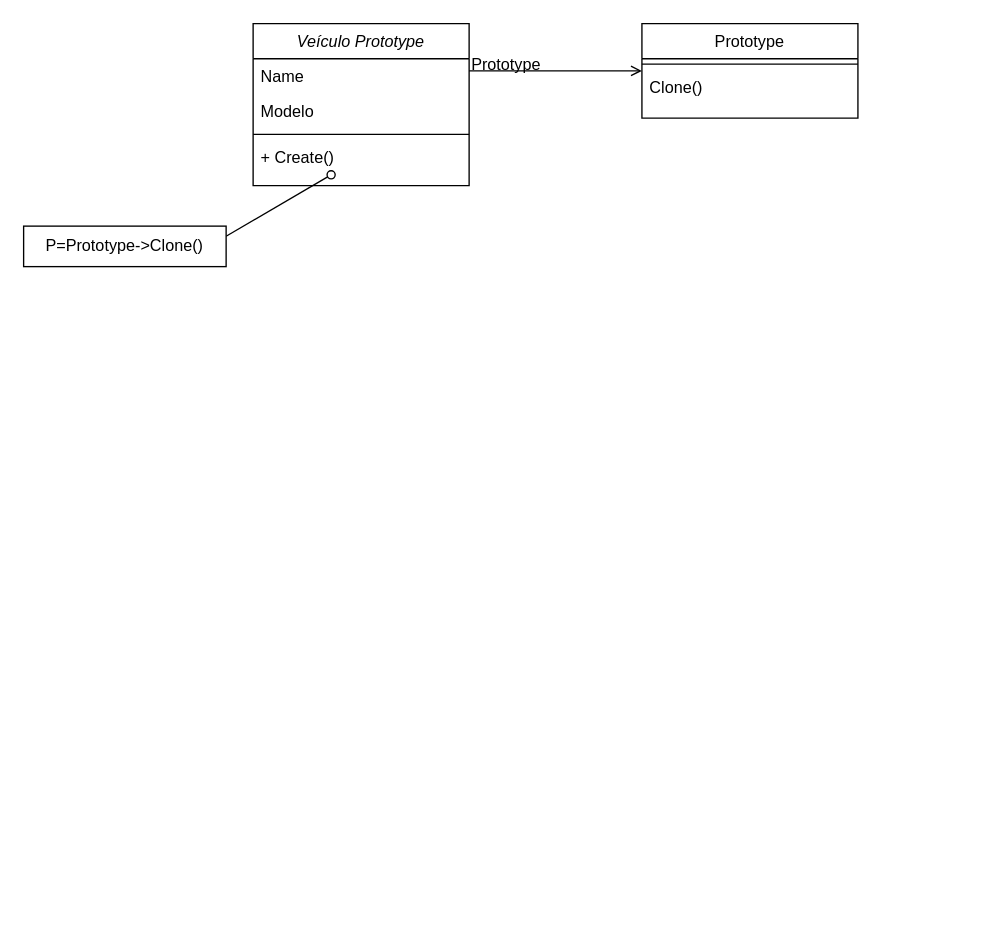
MatheusSantosDev/diagramas-UML keeps this draw.io diagram as Untitled Diagram.drawio. Above is the earlier version. Source tidied: cells renumbered, new cells numbered last; positions are measured from the earlier drawing's top-left corner, leaving out a move shared by most shapes. Both pictures are drawn from the tidied source at 135%, with x=0, y=0 at pixel (23, 23).
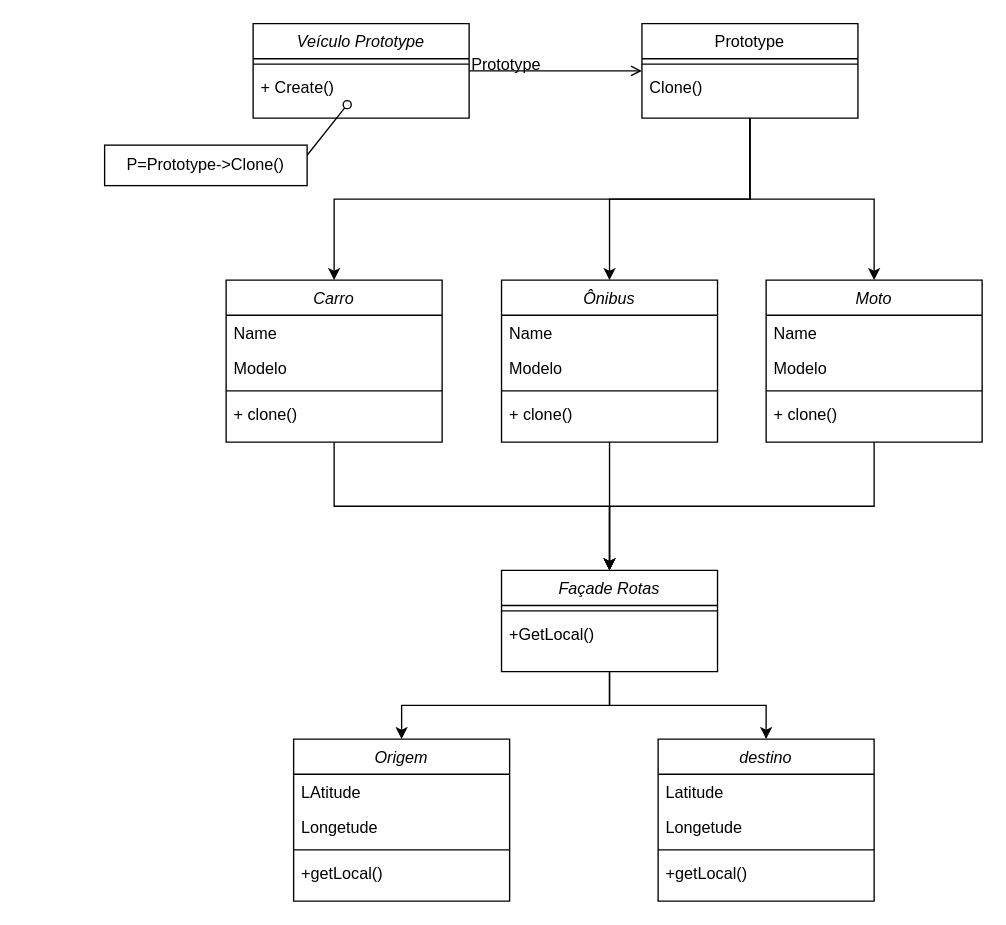
The same diagram, later.

Unchanged cells that the change refers to:
```xml
<mxCell id="8" value="Prototype" style="swimlane;fontStyle=0;align=center;verticalAlign=top;horizontal=1;startSize=26;rounded=0;shadow=0;strokeWidth=1;" parent="1" vertex="1">
  <mxGeometry x="458" width="160" height="70" as="geometry" />
</mxCell>
```

Diff of the diagram source:
```diff
@@
     <mxCell id="2" value="Veículo Prototype" style="swimlane;fontStyle=2;align=center;verticalAlign=top;horizontal=1;startSize=26;rounded=0;shadow=0;strokeWidth=1;" parent="1" vertex="1">
-      <mxGeometry x="170" width="160" height="120" as="geometry" />
+      <mxGeometry x="170" width="160" height="70" as="geometry" />
     </mxCell>
-    <mxCell id="3" value="Name" style="text;align=left;verticalAlign=top;spacingLeft=4;spacingRight=4;overflow=hidden;" parent="2" vertex="1">
-      <mxGeometry y="26" width="160" height="26" as="geometry" />
-    </mxCell>
-    <mxCell id="4" value="Modelo" style="text;align=left;verticalAlign=top;spacingLeft=4;spacingRight=4;overflow=hidden;rounded=0;shadow=0;html=0;" parent="2" vertex="1">
-      <mxGeometry y="52" width="160" height="26" as="geometry" />
-    </mxCell>
     <mxCell id="5" style="line;html=1;strokeWidth=1;align=left;verticalAlign=middle;spacingTop=-1;spacingLeft=3;spacingRight=3;labelPosition=right;" parent="2" vertex="1">
-      <mxGeometry y="78" width="160" height="8" as="geometry" />
+      <mxGeometry y="26" width="160" height="8" as="geometry" />
     </mxCell>
     <mxCell id="6" value="+ Create()" style="text;align=left;verticalAlign=top;spacingLeft=4;spacingRight=4;overflow=hidden;points=[[0,0.5],[1,0.5]];portConstraint=eastwest;" parent="2" vertex="1">
-      <mxGeometry y="86" width="160" height="26" as="geometry" />
+      <mxGeometry y="34" width="160" height="26" as="geometry" />
     </mxCell>
@@
+    <mxCell id="14" style="edgeStyle=orthogonalEdgeStyle;rounded=0;jettySize=auto;html=1;exitX=0.5;exitY=1;exitDx=0;exitDy=0;entryX=0.5;entryY=0;entryDx=0;entryDy=0;startArrow=none;startFill=0;endArrow=classic;endFill=1;" parent="1" edge="1" source="8" target="18">
+      <mxGeometry relative="1" as="geometry" />
+    </mxCell>
+    <mxCell id="15" style="edgeStyle=orthogonalEdgeStyle;rounded=0;jettySize=auto;html=1;exitX=0.5;exitY=1;exitDx=0;exitDy=0;startArrow=none;startFill=0;endArrow=classic;endFill=1;" parent="1" edge="1" source="8" target="24">
+      <mxGeometry relative="1" as="geometry" />
+    </mxCell>
+    <mxCell id="16" style="edgeStyle=orthogonalEdgeStyle;rounded=0;jettySize=auto;html=1;exitX=0.5;exitY=1;exitDx=0;exitDy=0;entryX=0.5;entryY=0;entryDx=0;entryDy=0;startArrow=none;startFill=0;endArrow=classic;endFill=1;" parent="1" edge="1" source="8" target="30">
+      <mxGeometry relative="1" as="geometry" />
+    </mxCell>
@@
     <mxCell id="13" value="P=Prototype-&amp;gt;Clone()" style="rounded=0;whiteSpace=wrap;html=1;" parent="1" vertex="1">
-      <mxGeometry y="150" width="150" height="30" as="geometry" />
+      <mxGeometry x="60" y="90" width="150" height="30" as="geometry" />
     </mxCell>
+    <mxCell id="17" style="edgeStyle=orthogonalEdgeStyle;rounded=0;jettySize=auto;html=1;exitX=0.5;exitY=1;exitDx=0;exitDy=0;entryX=0.5;entryY=0;entryDx=0;entryDy=0;startArrow=none;startFill=0;endArrow=classic;endFill=1;" parent="1" edge="1" source="18" target="37">
+      <mxGeometry relative="1" as="geometry" />
+    </mxCell>
+    <mxCell id="18" value="Carro" style="swimlane;fontStyle=2;align=center;verticalAlign=top;horizontal=1;startSize=26;rounded=0;shadow=0;strokeWidth=1;" parent="1" vertex="1">
+      <mxGeometry x="150" y="190" width="160" height="120" as="geometry" />
+    </mxCell>
+    <mxCell id="19" value="Name" style="text;align=left;verticalAlign=top;spacingLeft=4;spacingRight=4;overflow=hidden;" parent="18" vertex="1">
+      <mxGeometry y="26" width="160" height="26" as="geometry" />
+    </mxCell>
+    <mxCell id="20" value="Modelo" style="text;align=left;verticalAlign=top;spacingLeft=4;spacingRight=4;overflow=hidden;rounded=0;shadow=0;html=0;" parent="18" vertex="1">
+      <mxGeometry y="52" width="160" height="26" as="geometry" />
+    </mxCell>
+    <mxCell id="21" style="line;html=1;strokeWidth=1;align=left;verticalAlign=middle;spacingTop=-1;spacingLeft=3;spacingRight=3;labelPosition=right;" parent="18" vertex="1">
+      <mxGeometry y="78" width="160" height="8" as="geometry" />
+    </mxCell>
+    <mxCell id="22" value="+ clone()" style="text;align=left;verticalAlign=top;spacingLeft=4;spacingRight=4;overflow=hidden;" parent="18" vertex="1">
+      <mxGeometry y="86" width="160" height="26" as="geometry" />
+    </mxCell>
+    <mxCell id="23" style="edgeStyle=orthogonalEdgeStyle;rounded=0;jettySize=auto;html=1;exitX=0.5;exitY=1;exitDx=0;exitDy=0;startArrow=none;startFill=0;endArrow=classic;endFill=1;entryX=0.5;entryY=0;entryDx=0;entryDy=0;" parent="1" edge="1" source="24" target="37">
+      <mxGeometry relative="1" as="geometry" />
+    </mxCell>
+    <mxCell id="24" value="Ônibus" style="swimlane;fontStyle=2;align=center;verticalAlign=top;horizontal=1;startSize=26;rounded=0;shadow=0;strokeWidth=1;" parent="1" vertex="1">
+      <mxGeometry x="354" y="190" width="160" height="120" as="geometry" />
+    </mxCell>
+    <mxCell id="25" value="Name" style="text;align=left;verticalAlign=top;spacingLeft=4;spacingRight=4;overflow=hidden;" parent="24" vertex="1">
+      <mxGeometry y="26" width="160" height="26" as="geometry" />
+    </mxCell>
+    <mxCell id="26" value="Modelo" style="text;align=left;verticalAlign=top;spacingLeft=4;spacingRight=4;overflow=hidden;rounded=0;shadow=0;html=0;" parent="24" vertex="1">
+      <mxGeometry y="52" width="160" height="26" as="geometry" />
+    </mxCell>
+    <mxCell id="27" style="line;html=1;strokeWidth=1;align=left;verticalAlign=middle;spacingTop=-1;spacingLeft=3;spacingRight=3;labelPosition=right;" parent="24" vertex="1">
+      <mxGeometry y="78" width="160" height="8" as="geometry" />
+    </mxCell>
+    <mxCell id="28" value="+ clone()" style="text;align=left;verticalAlign=top;spacingLeft=4;spacingRight=4;overflow=hidden;" parent="24" vertex="1">
+      <mxGeometry y="86" width="160" height="26" as="geometry" />
+    </mxCell>
+    <mxCell id="29" style="edgeStyle=orthogonalEdgeStyle;rounded=0;jettySize=auto;html=1;exitX=0.5;exitY=1;exitDx=0;exitDy=0;entryX=0.5;entryY=0;entryDx=0;entryDy=0;startArrow=none;startFill=0;endArrow=classic;endFill=1;" parent="1" edge="1" source="30" target="37">
+      <mxGeometry relative="1" as="geometry" />
+    </mxCell>
+    <mxCell id="30" value="Moto" style="swimlane;fontStyle=2;align=center;verticalAlign=top;horizontal=1;startSize=26;rounded=0;shadow=0;strokeWidth=1;" parent="1" vertex="1">
+      <mxGeometry x="550" y="190" width="160" height="120" as="geometry" />
+    </mxCell>
+    <mxCell id="31" value="Name" style="text;align=left;verticalAlign=top;spacingLeft=4;spacingRight=4;overflow=hidden;" parent="30" vertex="1">
+      <mxGeometry y="26" width="160" height="26" as="geometry" />
+    </mxCell>
+    <mxCell id="32" value="Modelo" style="text;align=left;verticalAlign=top;spacingLeft=4;spacingRight=4;overflow=hidden;rounded=0;shadow=0;html=0;" parent="30" vertex="1">
+      <mxGeometry y="52" width="160" height="26" as="geometry" />
+    </mxCell>
+    <mxCell id="33" style="line;html=1;strokeWidth=1;align=left;verticalAlign=middle;spacingTop=-1;spacingLeft=3;spacingRight=3;labelPosition=right;" parent="30" vertex="1">
+      <mxGeometry y="78" width="160" height="8" as="geometry" />
+    </mxCell>
+    <mxCell id="34" value="+ clone()" style="text;align=left;verticalAlign=top;spacingLeft=4;spacingRight=4;overflow=hidden;" parent="30" vertex="1">
+      <mxGeometry y="86" width="160" height="26" as="geometry" />
+    </mxCell>
+    <mxCell id="35" style="edgeStyle=orthogonalEdgeStyle;rounded=0;jettySize=auto;html=1;exitX=0.5;exitY=1;exitDx=0;exitDy=0;startArrow=none;startFill=0;endArrow=classic;endFill=1;" parent="1" edge="1" source="37" target="40">
+      <mxGeometry relative="1" as="geometry" />
+    </mxCell>
+    <mxCell id="36" style="edgeStyle=orthogonalEdgeStyle;rounded=0;jettySize=auto;html=1;exitX=0.5;exitY=1;exitDx=0;exitDy=0;entryX=0.5;entryY=0;entryDx=0;entryDy=0;startArrow=none;startFill=0;endArrow=classic;endFill=1;" parent="1" edge="1" source="37" target="45">
+      <mxGeometry relative="1" as="geometry" />
+    </mxCell>
+    <mxCell id="37" value="Façade Rotas" style="swimlane;fontStyle=2;align=center;verticalAlign=top;horizontal=1;startSize=26;rounded=0;shadow=0;strokeWidth=1;" parent="1" vertex="1">
+      <mxGeometry x="354" y="405" width="160" height="75" as="geometry" />
+    </mxCell>
+    <mxCell id="38" style="line;html=1;strokeWidth=1;align=left;verticalAlign=middle;spacingTop=-1;spacingLeft=3;spacingRight=3;labelPosition=right;" parent="37" vertex="1">
+      <mxGeometry y="26" width="160" height="8" as="geometry" />
+    </mxCell>
+    <mxCell id="39" value="+GetLocal()" style="text;align=left;verticalAlign=top;spacingLeft=4;spacingRight=4;overflow=hidden;" parent="37" vertex="1">
+      <mxGeometry y="34" width="160" height="34" as="geometry" />
+    </mxCell>
+    <mxCell id="40" value="Origem" style="swimlane;fontStyle=2;align=center;verticalAlign=top;horizontal=1;startSize=26;rounded=0;shadow=0;strokeWidth=1;" parent="1" vertex="1">
+      <mxGeometry x="200" y="530" width="160" height="120" as="geometry" />
+    </mxCell>
+    <mxCell id="41" value="LAtitude" style="text;align=left;verticalAlign=top;spacingLeft=4;spacingRight=4;overflow=hidden;" parent="40" vertex="1">
+      <mxGeometry y="26" width="160" height="26" as="geometry" />
+    </mxCell>
+    <mxCell id="42" value="Longetude" style="text;align=left;verticalAlign=top;spacingLeft=4;spacingRight=4;overflow=hidden;rounded=0;shadow=0;html=0;" parent="40" vertex="1">
+      <mxGeometry y="52" width="160" height="26" as="geometry" />
+    </mxCell>
+    <mxCell id="43" style="line;html=1;strokeWidth=1;align=left;verticalAlign=middle;spacingTop=-1;spacingLeft=3;spacingRight=3;labelPosition=right;" parent="40" vertex="1">
+      <mxGeometry y="78" width="160" height="8" as="geometry" />
+    </mxCell>
+    <mxCell id="44" value="+getLocal()" style="text;align=left;verticalAlign=top;spacingLeft=4;spacingRight=4;overflow=hidden;" parent="40" vertex="1">
+      <mxGeometry y="86" width="160" height="26" as="geometry" />
+    </mxCell>
+    <mxCell id="45" value="destino" style="swimlane;fontStyle=2;align=center;verticalAlign=top;horizontal=1;startSize=26;rounded=0;shadow=0;strokeWidth=1;" parent="1" vertex="1">
+      <mxGeometry x="470" y="530" width="160" height="120" as="geometry" />
+    </mxCell>
+    <mxCell id="46" value="Latitude" style="text;align=left;verticalAlign=top;spacingLeft=4;spacingRight=4;overflow=hidden;" parent="45" vertex="1">
+      <mxGeometry y="26" width="160" height="26" as="geometry" />
+    </mxCell>
+    <mxCell id="47" value="Longetude" style="text;align=left;verticalAlign=top;spacingLeft=4;spacingRight=4;overflow=hidden;rounded=0;shadow=0;html=0;" parent="45" vertex="1">
+      <mxGeometry y="52" width="160" height="26" as="geometry" />
+    </mxCell>
+    <mxCell id="48" style="line;html=1;strokeWidth=1;align=left;verticalAlign=middle;spacingTop=-1;spacingLeft=3;spacingRight=3;labelPosition=right;" parent="45" vertex="1">
+      <mxGeometry y="78" width="160" height="8" as="geometry" />
+    </mxCell>
+    <mxCell id="49" value="+getLocal()" style="text;align=left;verticalAlign=top;spacingLeft=4;spacingRight=4;overflow=hidden;" parent="45" vertex="1">
+      <mxGeometry y="86" width="160" height="26" as="geometry" />
+    </mxCell>
```
